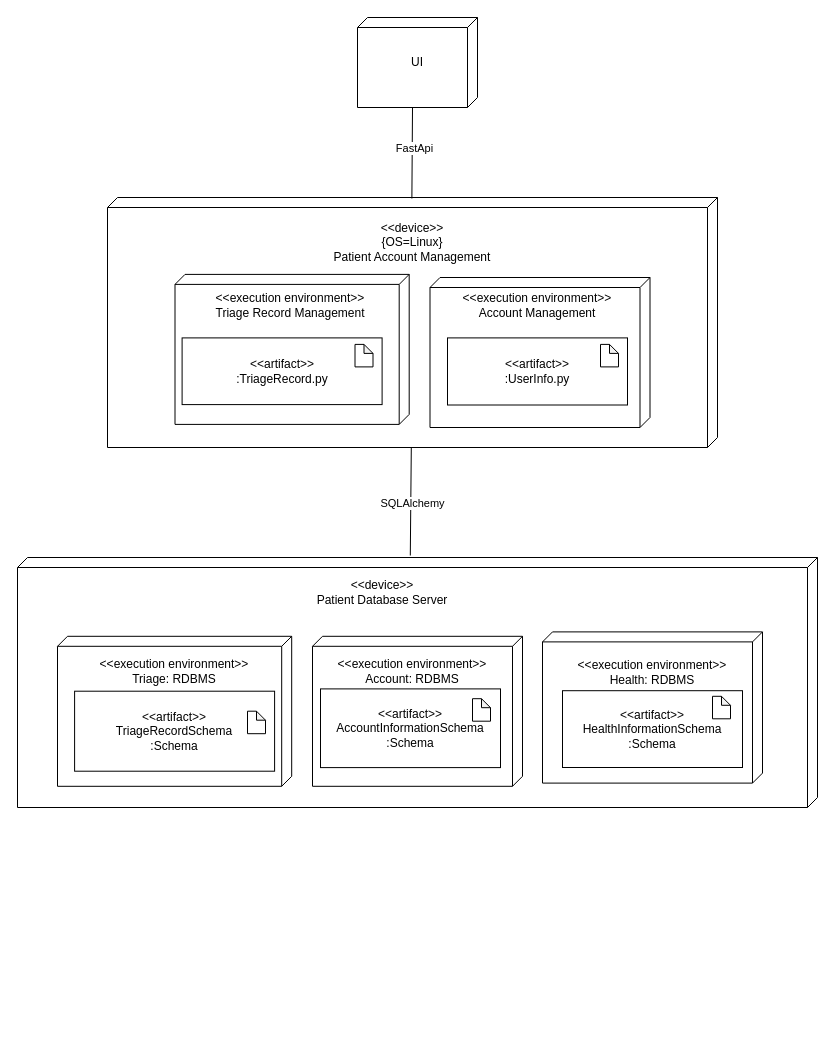
Before: patient_management_dc.drawio in uvic-teach/project-m1-team8, a draw.io diagram. Source tidied: cells renumbered, new cells numbered last; positions are measured from the earlier drawing's top-left corner, leaving out a move shared by most shapes. Both pictures are drawn from the tidied source at 100%, with x=0, y=0 at pixel (17, 17).
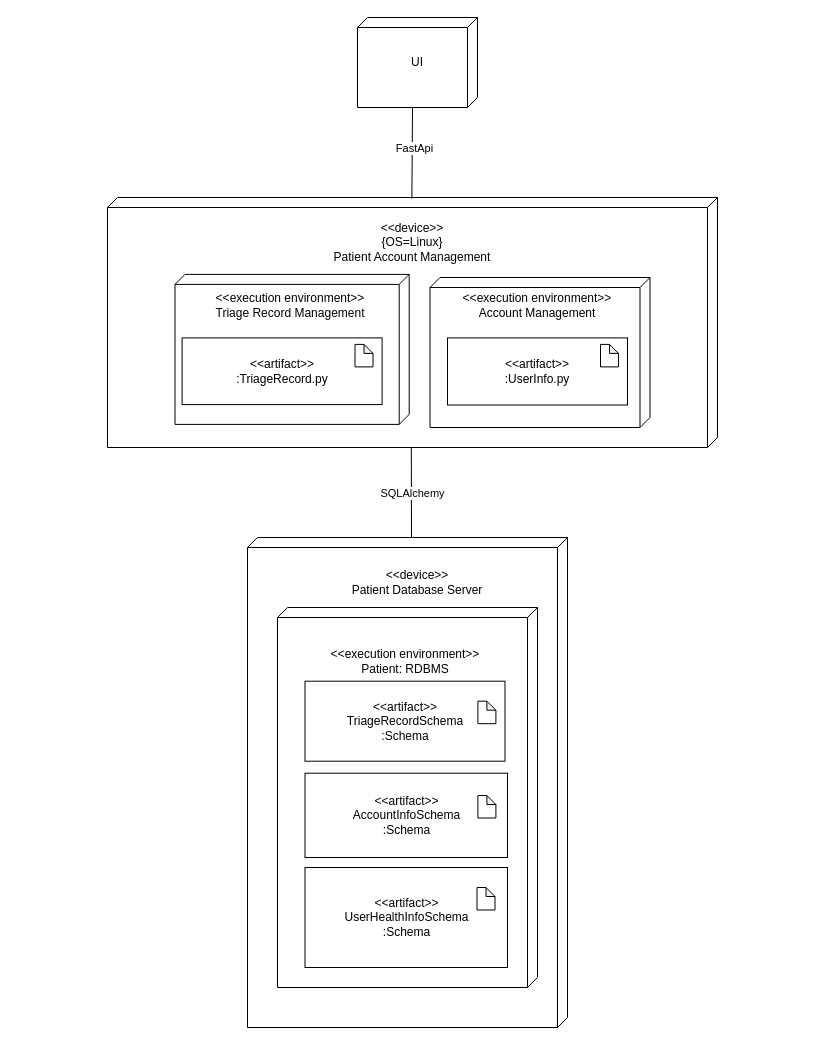
The same page after the edit.

What changed in the source:
```diff
@@
     <mxCell id="3" style="verticalAlign=top;align=left;spacingTop=8;spacingLeft=2;spacingRight=12;shape=cube;size=10;direction=south;fontStyle=4;html=1;whiteSpace=wrap;" parent="1" vertex="1">
-      <mxGeometry y="540" width="800" height="250" as="geometry" />
+      <mxGeometry x="230" y="520" width="320" height="490" as="geometry" />
     </mxCell>
@@
     <mxCell id="10" style="verticalAlign=top;align=center;spacingTop=8;spacingLeft=2;spacingRight=12;shape=cube;size=10;direction=south;fontStyle=4;html=1;whiteSpace=wrap;" parent="1" vertex="1">
-      <mxGeometry x="40" y="618.8" width="234.2" height="150" as="geometry" />
+      <mxGeometry x="260" y="590" width="260" height="380" as="geometry" />
     </mxCell>
-    <mxCell id="11" style="verticalAlign=top;align=center;spacingTop=8;spacingLeft=2;spacingRight=12;shape=cube;size=10;direction=south;fontStyle=4;html=1;whiteSpace=wrap;" parent="1" vertex="1">
-      <mxGeometry x="525" y="614.4" width="220" height="151.2" as="geometry" />
-    </mxCell>
-    <mxCell id="12" style="verticalAlign=top;align=center;spacingTop=8;spacingLeft=2;spacingRight=12;shape=cube;size=10;direction=south;fontStyle=4;html=1;whiteSpace=wrap;" parent="1" vertex="1">
-      <mxGeometry x="295" y="618.8" width="210" height="150" as="geometry" />
-    </mxCell>
-    <mxCell id="13" value="&amp;lt;&amp;lt;artifact&amp;gt;&amp;gt;&lt;br&gt;AccountInformationSchema&lt;br&gt;:Schema" style="rounded=0;whiteSpace=wrap;html=1;" parent="1" vertex="1">
-      <mxGeometry x="303" y="671.4" width="180" height="78.7" as="geometry" />
+    <mxCell id="13" value="&amp;lt;&amp;lt;artifact&amp;gt;&amp;gt;&lt;br&gt;AccountInfoSchema&lt;br&gt;:Schema" style="rounded=0;whiteSpace=wrap;html=1;" parent="1" vertex="1">
+      <mxGeometry x="287.5" y="755.7" width="202.5" height="84.3" as="geometry" />
     </mxCell>
-    <mxCell id="14" value="&amp;lt;&amp;lt;artifact&amp;gt;&amp;gt;&lt;br&gt;HealthInformationSchema&lt;br&gt;:Schema" style="rounded=0;whiteSpace=wrap;html=1;" parent="1" vertex="1">
-      <mxGeometry x="545" y="673.2" width="180" height="76.8" as="geometry" />
+    <mxCell id="14" value="&amp;lt;&amp;lt;artifact&amp;gt;&amp;gt;&lt;br&gt;UserHealthInfoSchema&lt;br&gt;:Schema" style="rounded=0;whiteSpace=wrap;html=1;" parent="1" vertex="1">
+      <mxGeometry x="287.5" y="850" width="202.5" height="100" as="geometry" />
     </mxCell>
-    <mxCell id="15" style="shape=note;whiteSpace=wrap;html=1;backgroundOutline=1;darkOpacity=0.05;size=9;" parent="1" vertex="1">
-      <mxGeometry x="220" y="693.7" width="18" height="22.5" as="geometry" />
-    </mxCell>
     <mxCell id="16" style="shape=note;whiteSpace=wrap;html=1;backgroundOutline=1;darkOpacity=0.05;size=9;" parent="1" vertex="1">
-      <mxGeometry x="455" y="681.2" width="18" height="22.5" as="geometry" />
+      <mxGeometry x="460.4" y="778" width="18" height="22.5" as="geometry" />
     </mxCell>
     <mxCell id="17" style="shape=note;whiteSpace=wrap;html=1;backgroundOutline=1;darkOpacity=0.05;size=9;" parent="1" vertex="1">
-      <mxGeometry x="695" y="678.8" width="18" height="22.5" as="geometry" />
+      <mxGeometry x="459.5" y="870" width="18" height="22.5" as="geometry" />
     </mxCell>
@@
-    <mxCell id="21" value="&amp;lt;&amp;lt;execution environment&amp;gt;&amp;gt;&lt;br&gt;Triage: RDBMS" style="text;html=1;strokeColor=none;fillColor=none;align=center;verticalAlign=middle;whiteSpace=wrap;rounded=0;" parent="1" vertex="1">
-      <mxGeometry x="72.1" y="638.8" width="170" height="30" as="geometry" />
+    <mxCell id="21" value="&amp;lt;&amp;lt;execution environment&amp;gt;&amp;gt;&lt;br&gt;Patient: RDBMS" style="text;html=1;strokeColor=none;fillColor=none;align=center;verticalAlign=middle;whiteSpace=wrap;rounded=0;" parent="1" vertex="1">
+      <mxGeometry x="302.5" y="628.8" width="170" height="30" as="geometry" />
     </mxCell>
-    <mxCell id="22" value="&amp;lt;&amp;lt;execution environment&amp;gt;&amp;gt;&lt;br&gt;Account: RDBMS" style="text;html=1;strokeColor=none;fillColor=none;align=center;verticalAlign=middle;whiteSpace=wrap;rounded=0;" parent="1" vertex="1">
-      <mxGeometry x="310" y="638.8" width="170" height="30" as="geometry" />
-    </mxCell>
-    <mxCell id="23" value="&amp;lt;&amp;lt;execution environment&amp;gt;&amp;gt;&lt;br&gt;Health: RDBMS" style="text;html=1;strokeColor=none;fillColor=none;align=center;verticalAlign=middle;whiteSpace=wrap;rounded=0;" parent="1" vertex="1">
-      <mxGeometry x="550" y="640" width="170" height="30" as="geometry" />
-    </mxCell>
     <mxCell id="24" value="&amp;lt;&amp;lt;device&amp;gt;&amp;gt;&lt;br&gt;Patient Database Server" style="text;html=1;strokeColor=none;fillColor=none;align=center;verticalAlign=middle;whiteSpace=wrap;rounded=0;" parent="1" vertex="1">
-      <mxGeometry x="285" y="560" width="160" height="30" as="geometry" />
+      <mxGeometry x="320" y="550" width="160" height="30" as="geometry" />
     </mxCell>
@@
-    <mxCell id="28" style="endArrow=none;html=1;rounded=0;entryX=1;entryY=0.525;entryDx=0;entryDy=0;entryPerimeter=0;exitX=-0.008;exitY=0.509;exitDx=0;exitDy=0;exitPerimeter=0;" parent="1" edge="1" source="3">
+    <mxCell id="28" style="endArrow=none;html=1;rounded=0;entryX=1;entryY=0.525;entryDx=0;entryDy=0;entryPerimeter=0;" parent="1" edge="1">
       <mxGeometry relative="1" as="geometry">
+        <mxPoint x="394" y="520" as="sourcePoint" />
         <mxPoint x="393.8" y="430" as="targetPoint" />
       </mxGeometry>
     </mxCell>
@@
     <mxCell id="31" value="&amp;lt;&amp;lt;artifact&amp;gt;&amp;gt;&lt;br&gt;TriageRecordSchema&lt;br&gt;:Schema" style="rounded=0;whiteSpace=wrap;html=1;" parent="1" vertex="1">
-      <mxGeometry x="57.1" y="673.7" width="200" height="80" as="geometry" />
+      <mxGeometry x="287.5" y="663.7" width="200" height="80" as="geometry" />
     </mxCell>
     <mxCell id="32" style="shape=note;whiteSpace=wrap;html=1;backgroundOutline=1;darkOpacity=0.05;size=9;" parent="1" vertex="1">
-      <mxGeometry x="230" y="693.7" width="18" height="22.5" as="geometry" />
+      <mxGeometry x="460.4" y="683.7" width="18" height="22.5" as="geometry" />
     </mxCell>
```
